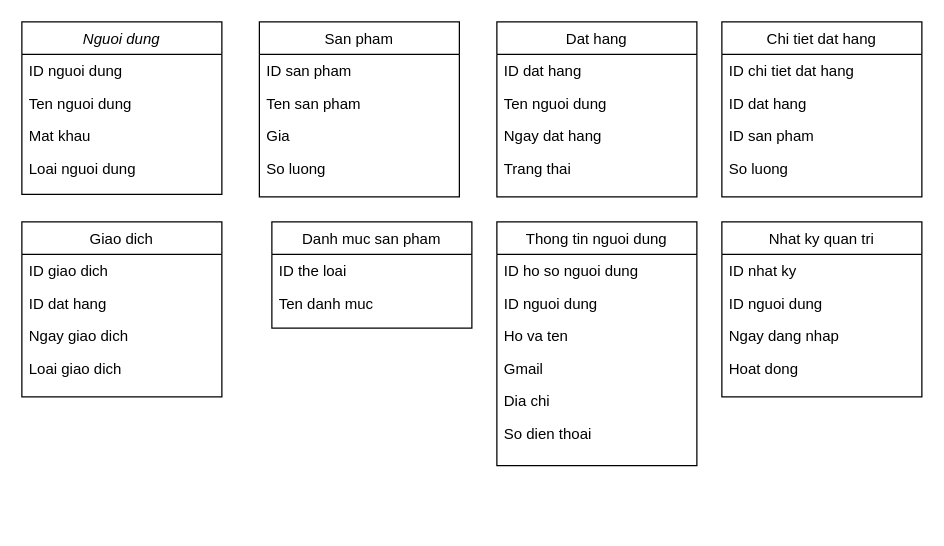
DangNgocDuong250903/DoAn keeps this draw.io diagram as Untitled Diagram.drawio. Above is the earlier version. Source tidied: cells renumbered, new cells numbered last; positions are measured from the earlier drawing's top-left corner, leaving out a move shared by most shapes. Both pictures are drawn from the tidied source at 125%, with x=0, y=0 at pixel (21, 21).
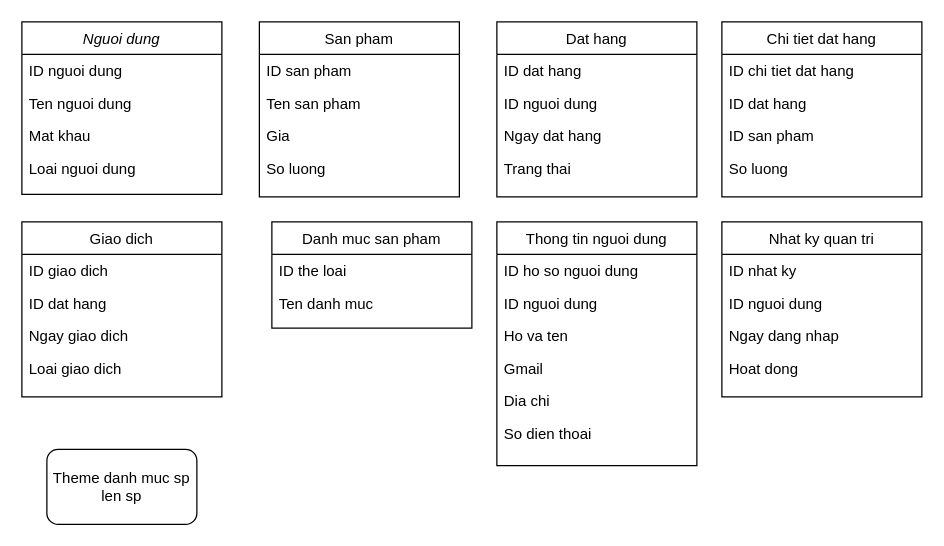
The same page after the edit.

The change refers to these unchanged cells:
```xml
<mxCell id="12" value="Dat hang" style="swimlane;fontStyle=0;align=center;verticalAlign=top;horizontal=1;startSize=26;rounded=0;shadow=0;strokeWidth=1;" parent="1" vertex="1">
  <mxGeometry x="380" width="160" height="140" as="geometry" />
</mxCell>
```

Change to the diagram source:
```diff
@@
-    <mxCell id="14" value="Ten nguoi dung" style="text;align=left;verticalAlign=top;spacingLeft=4;spacingRight=4;overflow=hidden;rounded=0;shadow=0;html=0;" parent="12" vertex="1">
+    <mxCell id="14" value="ID nguoi dung" style="text;align=left;verticalAlign=top;spacingLeft=4;spacingRight=4;overflow=hidden;rounded=0;shadow=0;html=0;" parent="12" vertex="1">
       <mxGeometry y="52" width="160" height="26" as="geometry" />
     </mxCell>
@@
+    <mxCell id="42" value="Theme danh muc sp len sp&lt;br&gt;" style="rounded=1;whiteSpace=wrap;html=1;" parent="1" vertex="1">
+      <mxGeometry x="20" y="342" width="120" height="60" as="geometry" />
+    </mxCell>
```
